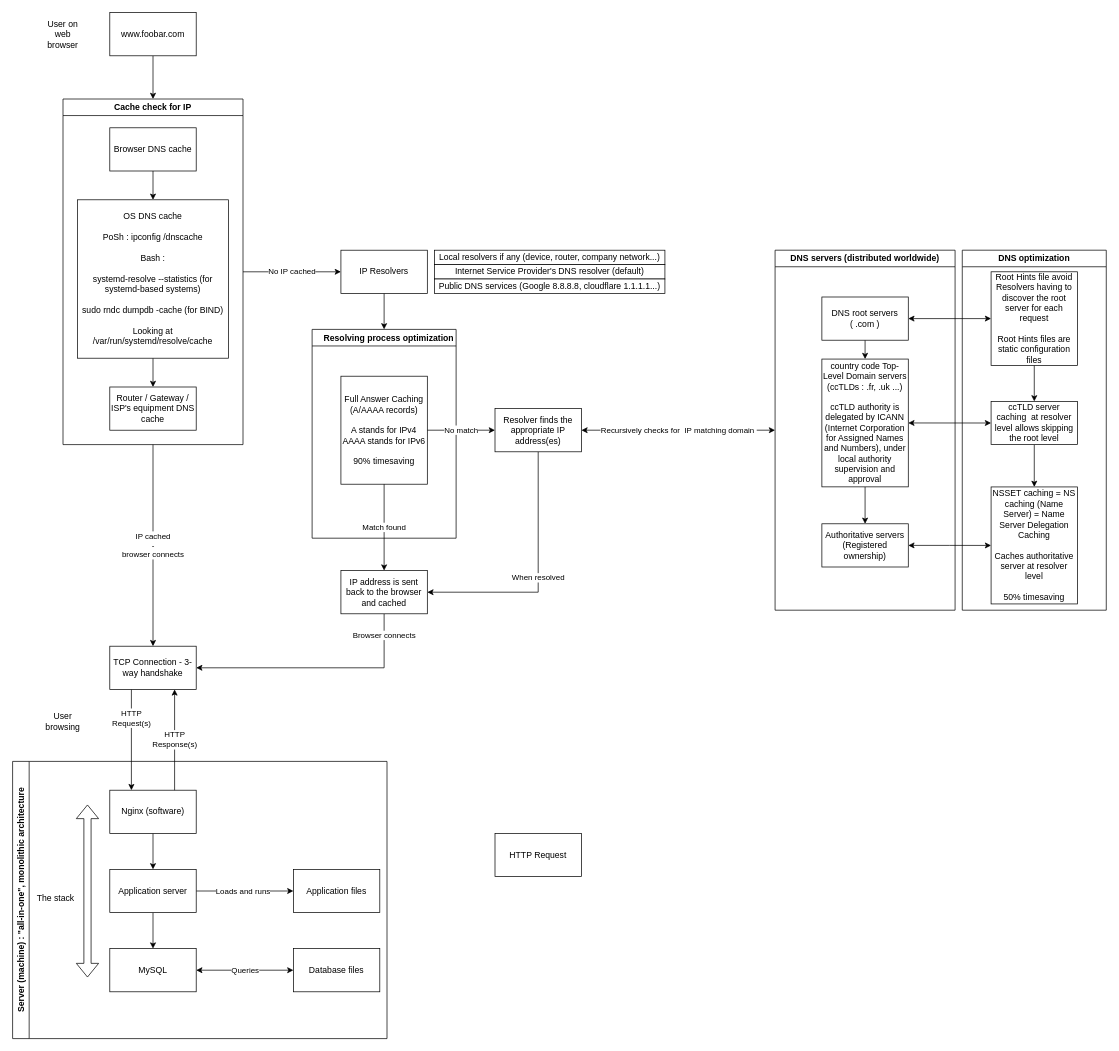
jmitchell35/holbertonschool-system_engineering-devops keeps this draw.io diagram as web_infrastructure_design/0-simple_web_stack.drawio. Above is the earlier version. Source tidied: cells renumbered, new cells numbered last; positions are measured from the earlier drawing's top-left corner, leaving out a move shared by most shapes. Both pictures are drawn from the tidied source at 72%, with x=0, y=0 at pixel (12, 12).
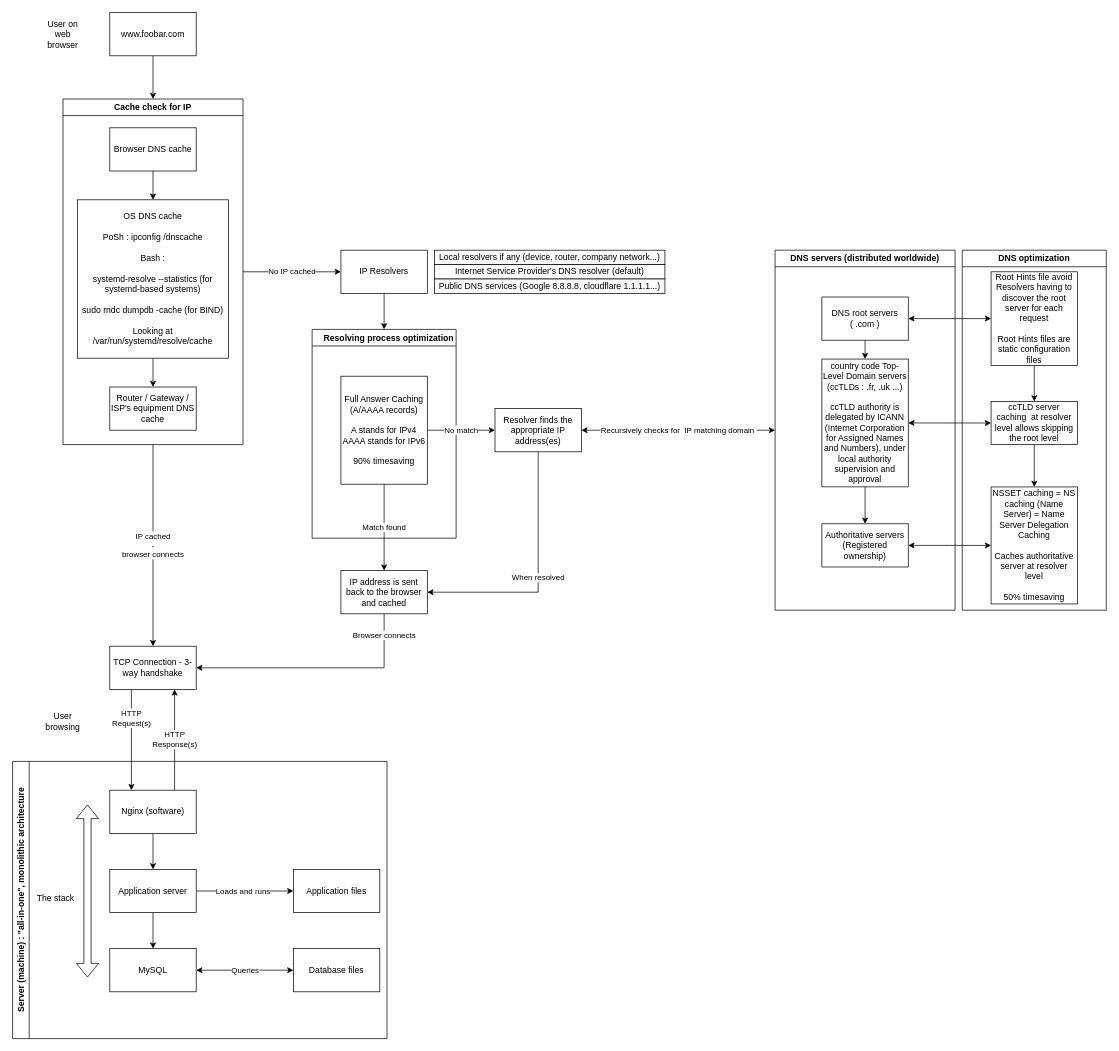
After the change.

Commit message:
Deleted useless HTTP request block

The edit, as a diff of the source:
```diff
@@
-    <mxCell id="56" value="HTTP Request" style="rounded=0;whiteSpace=wrap;html=1;" parent="1" vertex="1">
-      <mxGeometry x="670" y="1140" width="120" height="60" as="geometry" />
-    </mxCell>
```
